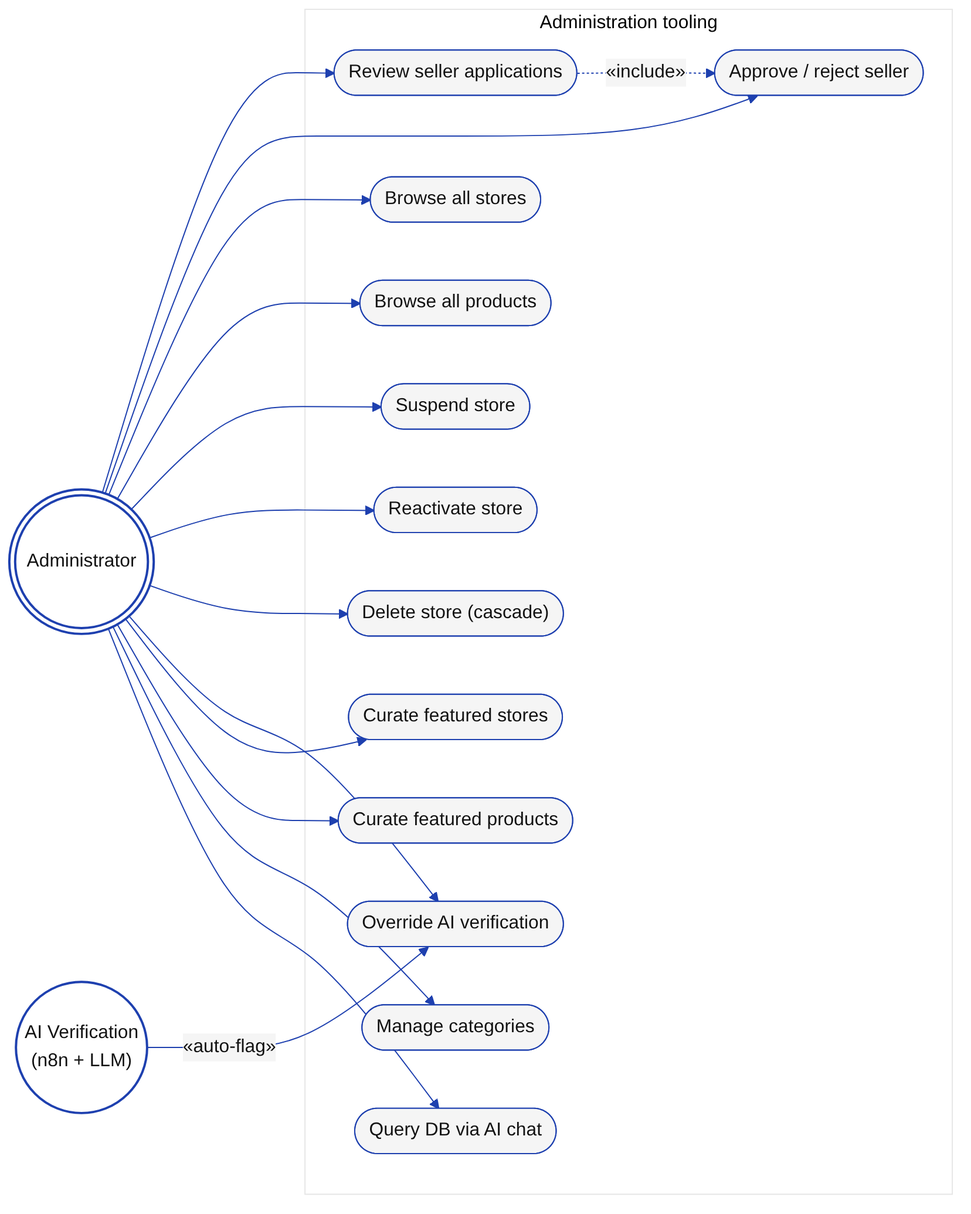
Above: images/uc-admin.png in NadimJebali/Pfe-rapport (Mermaid), before the change. Its source is kept beside it as diagrams/uc-admin.mmd. Source of this version:
```mermaid
%%{init: {'theme':'base','themeVariables':{'primaryColor':'#F5F5F5','primaryBorderColor':'#1E40AF','primaryTextColor':'#111111','lineColor':'#1E40AF','fontFamily':'Helvetica'}}}%%
flowchart LR
    A(((Administrator)))
    AI(("AI Verification<br/>(n8n + LLM)"))

    subgraph SYS[Administration tooling]
      direction LR
      UC1(["Review seller applications"])
      UC2(["Approve / reject seller"])
      UC3(["Browse all stores"])
      UC4(["Browse all products"])
      UC5(["Suspend store"])
      UC6(["Reactivate store"])
      UC7(["Delete store (cascade)"])
      UC8(["Override AI verification"])
      UC9(["Curate featured stores"])
      UC10(["Curate featured products"])
      UC11(["Manage categories"])
      UC12(["Query DB via AI chat"])
    end

    A --> UC1
    A --> UC2
    A --> UC3
    A --> UC4
    A --> UC5
    A --> UC6
    A --> UC7
    A --> UC8
    A --> UC9
    A --> UC10
    A --> UC11
    A --> UC12

    AI -- "«auto-flag»" --> UC8
    UC1 -. "«include»" .-> UC2

    classDef actor fill:#FFFFFF,stroke:#1E40AF,stroke-width:2px;
    class A,AI actor;
```
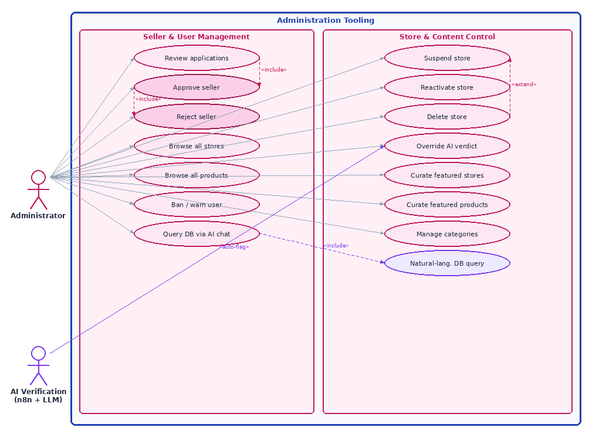
After the commit.

Change to the diagram source:
```diff
@@ -1,10 +1,10 @@
-%%{init: {'theme':'base','themeVariables':{'primaryColor':'#F5F5F5','primaryBorderColor':'#1E40AF','primaryTextColor':'#111111','lineColor':'#1E40AF','fontFamily':'Helvetica'}}}%%
+%%{init: {'theme':'base','themeVariables':{'primaryColor':'#FCE7F3','primaryBorderColor':'#BE185D','primaryTextColor':'#1E293B','lineColor':'#475569','fontFamily':'Helvetica','fontSize':'13px'}}}%%
 flowchart LR
-    A(((Administrator)))
-    AI(("AI Verification<br/>(n8n + LLM)"))
+    A((("Administrator")))
+    AI(["«system»\nAI Verification\n(n8n + LLM)"])
 
-    subgraph SYS[Administration tooling]
-      direction LR
+    subgraph SYS["Administration Tooling"]
+      direction TB
       UC1(["Review seller applications"])
       UC2(["Approve / reject seller"])
       UC3(["Browse all stores"])
@@ -20,7 +20,6 @@
     end
 
     A --> UC1
-    A --> UC2
     A --> UC3
     A --> UC4
     A --> UC5
@@ -35,5 +34,12 @@
     AI -- "«auto-flag»" --> UC8
     UC1 -. "«include»" .-> UC2
 
-    classDef actor fill:#FFFFFF,stroke:#1E40AF,stroke-width:2px;
-    class A,AI actor;
+    classDef actor fill:#FFFFFF,stroke:#BE185D,stroke-width:2.5px,color:#1E293B
+    classDef uc    fill:#FCE7F3,stroke:#BE185D,stroke-width:2px,color:#1E293B
+    classDef sub   fill:#FBCFE8,stroke:#9D174D,stroke-width:2px,color:#1E293B
+    classDef aibox fill:#EDE9FE,stroke:#7C3AED,stroke-width:2px,color:#1E293B
+
+    class A actor
+    class UC1,UC3,UC4,UC5,UC6,UC7,UC8,UC9,UC10,UC11,UC12 uc
+    class UC2 sub
+    class AI aibox
```
